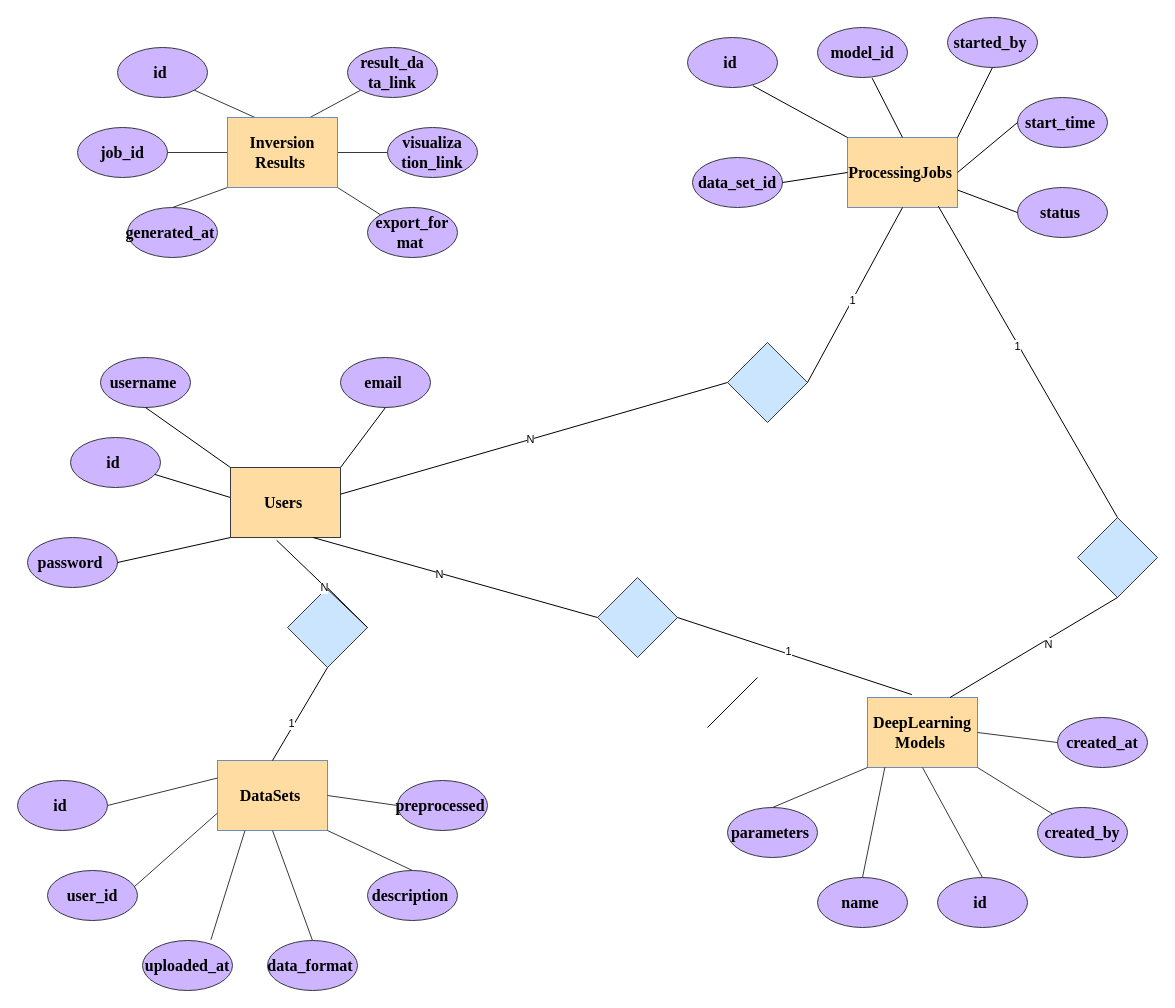
The draw.io diagram 数据库设计.drawio in Lu-Ming-Song/C, before the edit. Source tidied: cells renumbered, new cells numbered last; positions are measured from the earlier drawing's top-left corner, leaving out a move shared by most shapes. Both pictures are drawn from the tidied source at 100%, with x=0, y=0 at pixel (17, 17).
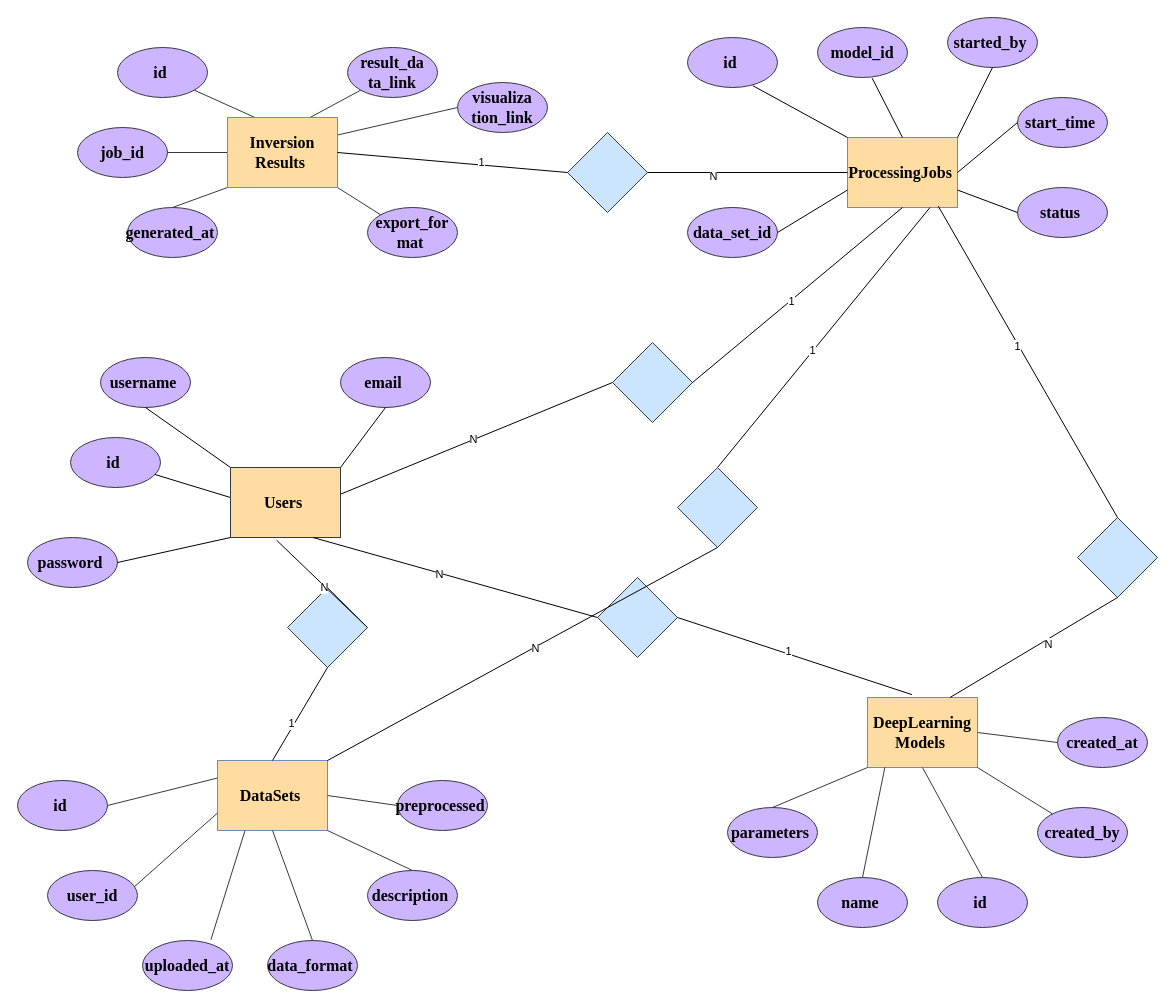
After the change.

Commit message (it also covers changes not shown here):
更新数据库设计.drawio

Unchanged cells that the change refers to:
```xml
<mxCell id="2" value="&lt;b&gt;&lt;span style=&quot;font-size:12.0pt;&lt;br/&gt;mso-bidi-font-size:18.0pt;font-family:&amp;quot;Times New Roman&amp;quot;,serif;mso-fareast-font-family:&lt;br/&gt;宋体;mso-font-kerning:1.0pt;mso-ansi-language:EN-US;mso-fareast-language:ZH-CN;&lt;br/&gt;mso-bidi-language:AR-SA&quot; lang=&quot;EN-US&quot;&gt;ProcessingJobs&amp;nbsp;&lt;/span&gt;&lt;/b&gt;" style="rounded=0;whiteSpace=wrap;html=1;fillColor=#FFDCA1;strokeColor=#6c8ebf;" parent="1" vertex="1">
  <mxGeometry x="830" y="120" width="110" height="70" as="geometry" />
</mxCell>
<mxCell id="3" value="&lt;b&gt;&lt;span style=&quot;font-size:12.0pt;&lt;br/&gt;mso-bidi-font-size:18.0pt;font-family:&amp;quot;Times New Roman&amp;quot;,serif;mso-fareast-font-family:&lt;br/&gt;宋体;mso-font-kerning:1.0pt;mso-ansi-language:EN-US;mso-fareast-language:ZH-CN;&lt;br/&gt;mso-bidi-language:AR-SA&quot; lang=&quot;EN-US&quot;&gt;DataSets&amp;nbsp;&lt;/span&gt;&lt;/b&gt;" style="rounded=0;whiteSpace=wrap;html=1;fillColor=#FFDCA1;strokeColor=#6c8ebf;" parent="1" vertex="1">
  <mxGeometry x="200" y="743" width="110" height="70" as="geometry" />
</mxCell>
<mxCell id="60" value="&lt;b&gt;&lt;span style=&quot;font-size:12.0pt;&lt;br/&gt;mso-bidi-font-size:18.0pt;font-family:&amp;quot;Times New Roman&amp;quot;,serif;mso-fareast-font-family:&lt;br/&gt;宋体;mso-font-kerning:1.0pt;mso-ansi-language:EN-US;mso-fareast-language:ZH-CN;&lt;br/&gt;mso-bidi-language:AR-SA&quot; lang=&quot;EN-US&quot;&gt;Inversion&lt;br&gt;Results&amp;nbsp;&lt;/span&gt;&lt;/b&gt;" style="rounded=0;whiteSpace=wrap;html=1;fillColor=#FFDCA1;strokeColor=#6c8ebf;" parent="1" vertex="1">
  <mxGeometry x="210" y="100" width="110" height="70" as="geometry" />
</mxCell>
```

The edit, as a diff of the source:
```diff
@@
     <mxCell id="16" value="&lt;b&gt;&lt;span style=&quot;font-size:12.0pt;&lt;br/&gt;mso-bidi-font-size:18.0pt;font-family:&amp;quot;Times New Roman&amp;quot;,serif;mso-fareast-font-family:&lt;br/&gt;宋体;mso-font-kerning:1.0pt;mso-ansi-language:EN-US;mso-fareast-language:ZH-CN;&lt;br/&gt;mso-bidi-language:AR-SA&quot; lang=&quot;EN-US&quot;&gt;data_set_id&lt;/span&gt;&lt;/b&gt;" style="ellipse;whiteSpace=wrap;html=1;fillColor=#CEB5FF;strokeColor=#36393d;" parent="1" vertex="1">
-      <mxGeometry x="675" y="140" width="90" height="50" as="geometry" />
+      <mxGeometry x="670" y="190" width="90" height="50" as="geometry" />
     </mxCell>
@@
-    <mxCell id="34" style="endArrow=none;html=1;rounded=0;entryX=1;entryY=0.5;entryDx=0;entryDy=0;exitX=0;exitY=0.5;exitDx=0;exitDy=0;" parent="1" edge="1" source="2" target="16">
+    <mxCell id="34" style="endArrow=none;html=1;rounded=0;entryX=1;entryY=0.5;entryDx=0;entryDy=0;exitX=0;exitY=0.75;exitDx=0;exitDy=0;" parent="1" edge="1" source="2" target="16">
       <mxGeometry relative="1" as="geometry" />
     </mxCell>
@@
     <mxCell id="53" value="&lt;b&gt;&lt;span style=&quot;font-size:12.0pt;&lt;br/&gt;mso-bidi-font-size:18.0pt;font-family:&amp;quot;Times New Roman&amp;quot;,serif;mso-fareast-font-family:&lt;br/&gt;宋体;mso-font-kerning:1.0pt;mso-ansi-language:EN-US;mso-fareast-language:ZH-CN;&lt;br/&gt;mso-bidi-language:AR-SA&quot; lang=&quot;EN-US&quot;&gt;visualiza&lt;br&gt;tion_link&lt;/span&gt;&lt;/b&gt;" style="ellipse;whiteSpace=wrap;html=1;fillColor=#CEB5FF;strokeColor=#36393d;" parent="1" vertex="1">
-      <mxGeometry x="370" y="110" width="90" height="50" as="geometry" />
+      <mxGeometry x="440" y="65" width="90" height="50" as="geometry" />
     </mxCell>
@@
-    <mxCell id="58" style="endArrow=none;html=1;rounded=0;entryX=1;entryY=0.5;entryDx=0;entryDy=0;exitX=0;exitY=0.5;exitDx=0;exitDy=0;fillColor=#ffcc99;strokeColor=#36393d;" parent="1" edge="1" source="53" target="60">
+    <mxCell id="58" style="endArrow=none;html=1;rounded=0;entryX=1;entryY=0.25;entryDx=0;entryDy=0;exitX=0;exitY=0.5;exitDx=0;exitDy=0;fillColor=#ffcc99;strokeColor=#36393d;" parent="1" edge="1" source="53" target="60">
       <mxGeometry relative="1" as="geometry" />
     </mxCell>
@@
     <mxCell id="62" style="rhombus;whiteSpace=wrap;html=1;fillColor=#cce5ff;strokeColor=#36393d;" parent="1" vertex="1">
-      <mxGeometry x="710" y="325" width="80" height="80" as="geometry" />
+      <mxGeometry x="595" y="325" width="80" height="80" as="geometry" />
     </mxCell>
@@
-    <mxCell id="76" style="endArrow=none;html=1;rounded=0;" parent="1" edge="1">
-      <mxGeometry relative="1" as="geometry">
-        <mxPoint x="690" y="710" as="sourcePoint" />
-        <mxPoint x="740" y="660" as="targetPoint" />
-      </mxGeometry>
+    <mxCell id="76" style="endArrow=none;html=1;rounded=0;exitX=0.5;exitY=0;exitDx=0;exitDy=0;entryX=0.75;entryY=1;entryDx=0;entryDy=0;" parent="1" edge="1" source="88" target="2">
+      <mxGeometry relative="1" as="geometry" />
     </mxCell>
+    <mxCell id="82" value="1" style="edgeLabel;html=1;align=center;verticalAlign=middle;" parent="76" vertex="1">
+      <mxGeometry x="-0.1" y="1" relative="1" as="geometry" />
+    </mxCell>
@@
+    <mxCell id="83" style="rhombus;whiteSpace=wrap;html=1;fillColor=#cce5ff;strokeColor=#36393d;" parent="1" vertex="1">
+      <mxGeometry x="550" y="115" width="80" height="80" as="geometry" />
+    </mxCell>
+    <mxCell id="84" style="endArrow=none;html=1;rounded=0;entryX=0;entryY=0.5;entryDx=0;entryDy=0;" parent="1" edge="1" source="83" target="2">
+      <mxGeometry relative="1" as="geometry" />
+    </mxCell>
+    <mxCell id="85" value="N" style="edgeLabel;html=1;align=center;verticalAlign=middle;" parent="84" vertex="1">
+      <mxGeometry x="-0.35" y="-3" relative="1" as="geometry" />
+    </mxCell>
+    <mxCell id="86" style="endArrow=none;html=1;rounded=0;exitX=1;exitY=0.5;exitDx=0;exitDy=0;entryX=0;entryY=0.5;entryDx=0;entryDy=0;" parent="1" edge="1" source="60" target="83">
+      <mxGeometry relative="1" as="geometry" />
+    </mxCell>
+    <mxCell id="87" value="1" style="edgeLabel;html=1;align=center;verticalAlign=middle;" parent="86" vertex="1">
+      <mxGeometry x="0.25" y="3" relative="1" as="geometry" />
+    </mxCell>
+    <mxCell id="88" style="rhombus;whiteSpace=wrap;html=1;fillColor=#cce5ff;strokeColor=#36393d;" parent="1" vertex="1">
+      <mxGeometry x="660" y="450" width="80" height="80" as="geometry" />
+    </mxCell>
+    <mxCell id="89" style="endArrow=none;html=1;rounded=0;exitX=1;exitY=0;exitDx=0;exitDy=0;entryX=0.5;entryY=1;entryDx=0;entryDy=0;" parent="1" edge="1" source="3" target="88">
+      <mxGeometry relative="1" as="geometry" />
+    </mxCell>
+    <mxCell id="90" value="N" style="edgeLabel;html=1;align=center;verticalAlign=middle;" parent="89" vertex="1">
+      <mxGeometry x="0.06" y="-1" relative="1" as="geometry" />
+    </mxCell>
```
